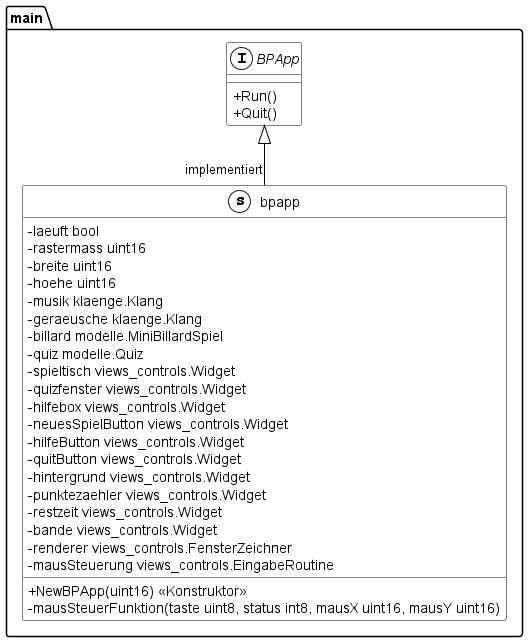
Earlier version of the PlantUML export documentation/UML/main.png (Fussbroich/lwb-SWP).
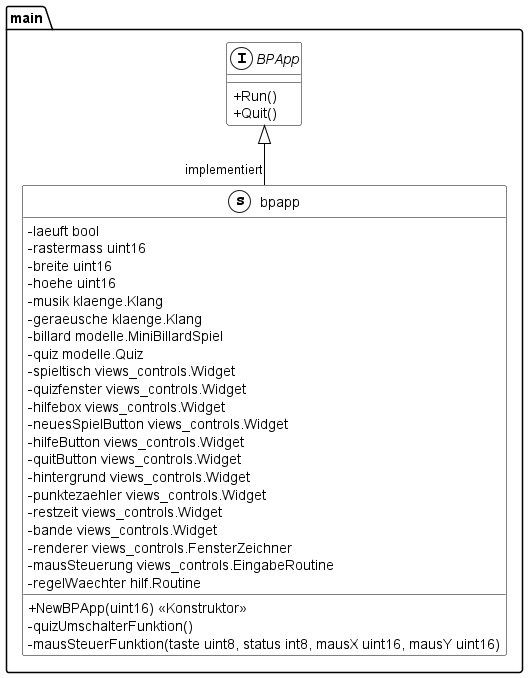
The same file after the commit.

Commit message:
adjusted docu uml

What changed in the source:
```diff
@@ -32,8 +32,10 @@
         - bande views_controls.Widget
         - renderer views_controls.FensterZeichner
         - mausSteuerung views_controls.EingabeRoutine
+        - regelWaechter hilf.Routine
 
         + NewBPApp(uint16) << Konstruktor >>
+        - quizUmschalterFunktion()
         - mausSteuerFunktion(taste uint8, status int8, mausX uint16, mausY uint16)
     }
 }
```
